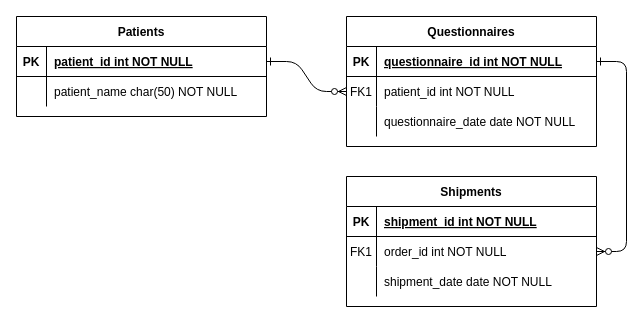
Before: Untitled Diagram.drawio in Jingzhe-gif/undelay.GitHub.io, a draw.io diagram. Source tidied: cells renumbered, new cells numbered last; positions are measured from the earlier drawing's top-left corner, leaving out a move shared by most shapes. Both pictures are drawn from the tidied source at 100%, with x=0, y=0 at pixel (16, 16).
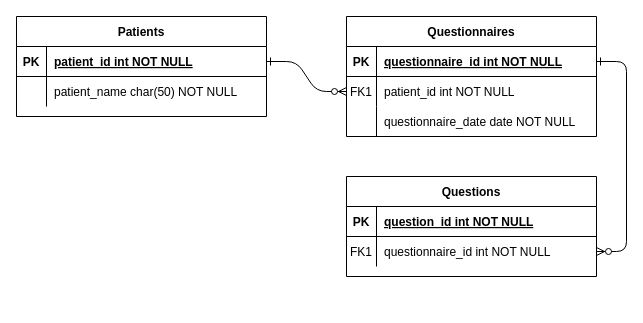
After the change.

The change refers to these unchanged cells:
```xml
<mxCell id="15" style="shape=partialRectangle;fillColor=none;top=0;left=0;right=0;bottom=1;" parent="14" vertex="1">
  <mxGeometry y="30" width="250" height="30" as="geometry" />
</mxCell>
<mxCell id="18" style="shape=partialRectangle;fillColor=none;points=[[0,0.5],[1,0.5]];portConstraint=eastwest;top=0;left=0;right=0;bottom=0;" parent="14" vertex="1">
  <mxGeometry y="60" width="250" height="30" as="geometry" />
</mxCell>
```

Change to the diagram source:
```diff
@@
-    <mxCell id="4" value="Questionnaires" style="shape=table;startSize=30;childLayout=tableLayout;rowLines=0;fontStyle=1;align=center;" parent="1" vertex="1">
-      <mxGeometry x="330" width="250" height="130" as="geometry" />
+    <mxCell id="4" value="Questionnaires" style="shape=table;startSize=30;childLayout=tableLayout;rowLines=0;fontStyle=1;align=center;strokeWidth=1;" parent="1" vertex="1">
+      <mxGeometry x="330" width="250" height="120" as="geometry" />
     </mxCell>
@@
-    <mxCell id="14" value="Shipments" style="shape=table;startSize=30;childLayout=tableLayout;rowLines=0;fontStyle=1;align=center;" parent="1" vertex="1">
-      <mxGeometry x="330" y="160" width="250" height="130" as="geometry" />
+    <mxCell id="14" value="Questions" style="shape=table;startSize=30;childLayout=tableLayout;rowLines=0;fontStyle=1;align=center;" parent="1" vertex="1">
+      <mxGeometry x="330" y="160" width="250" height="100" as="geometry" />
     </mxCell>
@@
-    <mxCell id="17" value="shipment_id int NOT NULL " style="shape=partialRectangle;overflow=hidden;fillColor=none;top=0;left=0;bottom=0;right=0;align=left;spacingLeft=6;fontStyle=5;" parent="15" vertex="1">
+    <mxCell id="17" value="question_id int NOT NULL " style="shape=partialRectangle;overflow=hidden;fillColor=none;top=0;left=0;bottom=0;right=0;align=left;spacingLeft=6;fontStyle=5;" parent="15" vertex="1">
       <mxGeometry x="30" width="220" height="30" as="geometry" />
     </mxCell>
@@
-    <mxCell id="20" value="order_id int NOT NULL" style="shape=partialRectangle;overflow=hidden;fillColor=none;top=0;left=0;bottom=0;right=0;align=left;spacingLeft=6;" parent="18" vertex="1">
+    <mxCell id="20" value="questionnaire_id int NOT NULL" style="shape=partialRectangle;overflow=hidden;fillColor=none;top=0;left=0;bottom=0;right=0;align=left;spacingLeft=6;" parent="18" vertex="1">
       <mxGeometry x="30" width="220" height="30" as="geometry" />
     </mxCell>
-    <mxCell id="21" style="shape=partialRectangle;fillColor=none;top=0;left=0;right=0;bottom=0;" parent="14" vertex="1">
-      <mxGeometry y="90" width="250" height="30" as="geometry" />
-    </mxCell>
-    <mxCell id="22" style="shape=partialRectangle;overflow=hidden;fillColor=none;top=0;left=0;bottom=0;right=0;" parent="21" vertex="1">
-      <mxGeometry width="30" height="30" as="geometry" />
-    </mxCell>
-    <mxCell id="23" value="shipment_date date NOT NULL" style="shape=partialRectangle;overflow=hidden;fillColor=none;top=0;left=0;bottom=0;right=0;align=left;spacingLeft=6;" parent="21" vertex="1">
-      <mxGeometry x="30" width="220" height="30" as="geometry" />
-    </mxCell>
```
